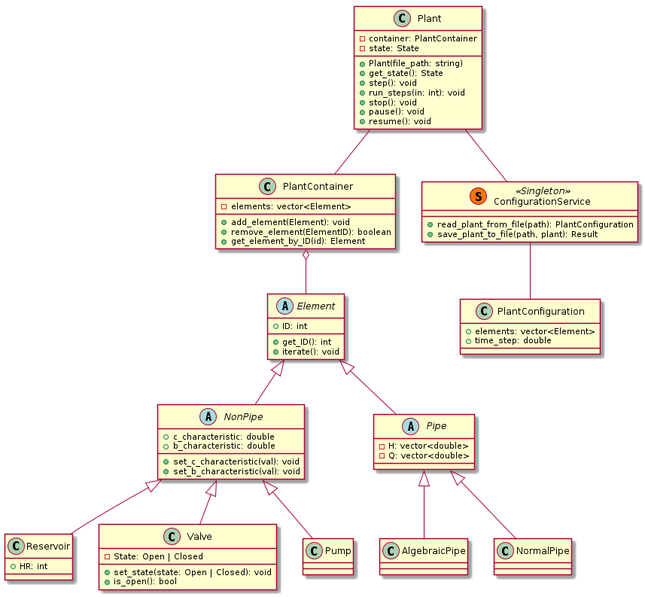
The PlantUML diagram assets/system_architecture.png in LVTrans/LVTransCore, before a commit. Its source is kept beside it as assets/system_architecture.puml. Source of this version:
```plantuml
@startuml

abstract class Element {
  + Element(id: int)
  + ID: int
  + get_ID(): int
  + iterate(): void
  + get_state(): ElementState
}

abstract class NonPipe {
  + c_characteristic: double
  + b_characteristic: double
  + set_c_characteristic(val): void
  + set_b_characteristic(val): void

}

abstract class Pipe {
  - H: vector<double>
  - Q: vector<double>
}

class Reservoir {
  + Reservoir(id: int, HR: int)
  + HR: int
}

class Valve {
  - State: Open | Closed
  + Valve(id: int)
  + set_state(state): void
  + is_open(): bool
}

class Pump {
  + Pump(id: int)
}

class AlgebraicPipe {
  + AlgebraicPipe(id: int)
}

class NormalPipe {
  + NormalPipe(id: int)
}


interface ElementVisitor {
  + visit(pipe: Pipe): void
  + visit(valve: Valve): void
  + visit(reservoir: Reservoir): void
}


class ElementStateVisitor {
  + visit(pipe: Pipe): TElementState
}

class ElementDisplayVisitor {
  + visit(pipe: Pipe): TElementState
  + visit(valve: Valve): TElementState
  + visit(reservoir: Reservoir): TElementState
}


struct ScalarValue {
  + name: string
  + symbol: string
  + unit: string

  + value: double
}

struct SeriesValue {
  + name: string
  + symbol: string

  + x_unit: string
  + y_unit: string

  + x: vector<double>
  + y: vector<double>
}

struct DisplayValue {
  + value: ScalarValue | SeriesValue
}

struct ElementView {
  + id: ElementID
  + type: ElementType

  + values: vector<DisplayValue>
}

struct ToggleModification {
  + state1_name: string
  + state2_name: string
  + current_state: string
}

struct NumberModification {
  + value: double
}

struct RangeModification {
  + min_value: double
  + max_value: double
  + step_size: double
}

struct ModificationOption {
  + type: ToggleModification | NumberModification | RangeModification
}

struct ElementModification {
  + id: ElementID
  + type: ElementType

  + options: vector<ModificationOption>
}

ToggleModification --> ModificationOption
NumberModification --> ModificationOption
RangeModification --> ModificationOption
ModificationOption --> ElementModification



class Plant {
  - container: PlantContainer
  - state: PlantState
  + Plant(file_path: string)
  + get_state(): PlantState
  + step(): void
  + run_steps(in: int): void
  + stop(): void
  + pause(): void
  + resume(): void
  + run(): void
  + save_state(path)
}


struct PlantState {
  + time_step: double
  + current_time: double
  + num_iterations: int
}


class PlantContainer {
  - elements: vector<Element>
  + add_element(Element): void
  + remove_element(ElementID): boolean
  + get_element_by_ID(id): Element
}


class ConfigurationService << (S,#FF7700) Singleton >> {
  + read_plant_from_file(path): PlantConfiguration
  + save_plant_to_file(path, plant): Result
}


SeriesValue --> DisplayValue
ScalarValue --> DisplayValue
DisplayValue --> ElementView


ElementVisitor <|-- ElementStateVisitor
ElementVisitor <|-- ElementDisplayVisitor
Plant -- PlantState

Element <|-- NonPipe
Element <|-- Pipe

NonPipe <|-- Reservoir
NonPipe <|-- Valve
NonPipe <|-- Pump

Pipe <|-- AlgebraicPipe
Pipe <|-- NormalPipe

PlantContainer -- Element

Plant -- PlantContainer
Plant -- ConfigurationService

@enduml
```
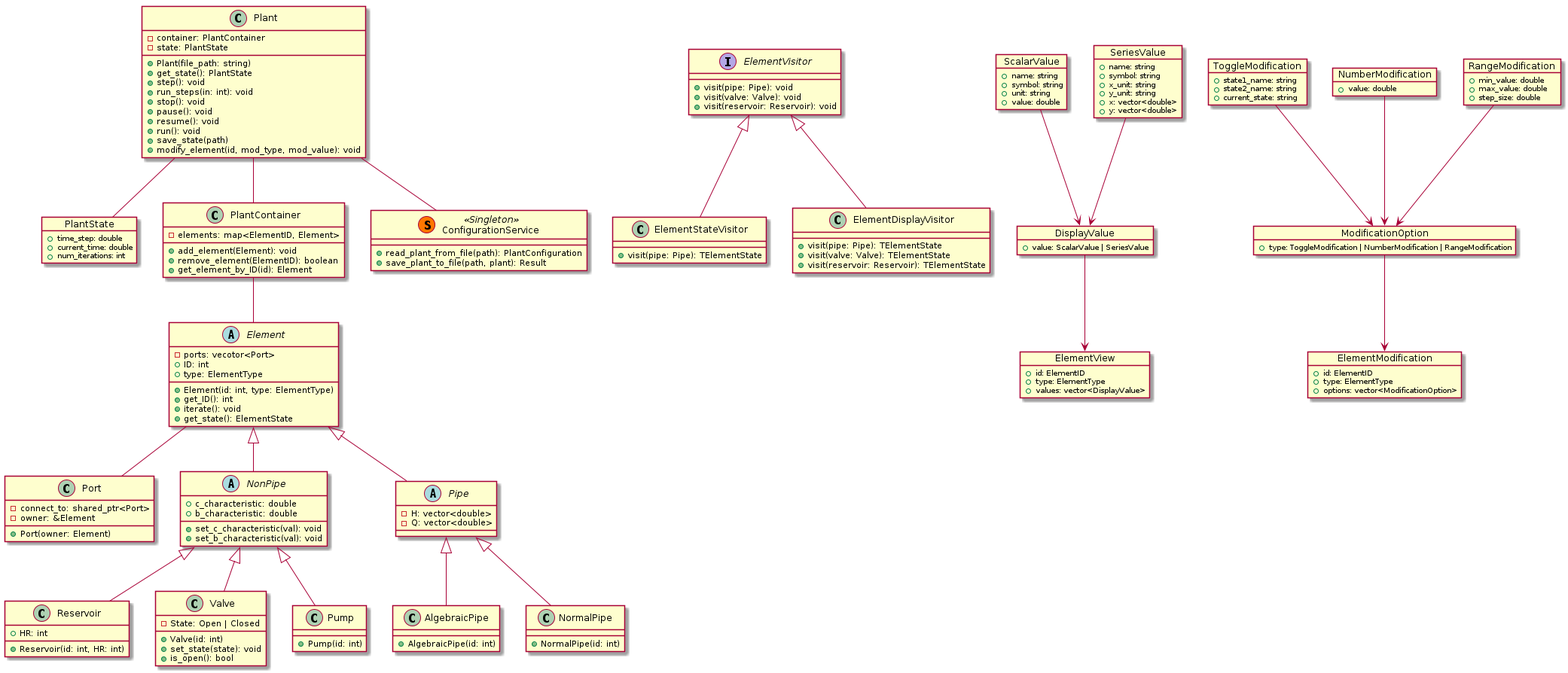
Later version of the same file.

What changed in the source:
```diff
@@ -1,8 +1,16 @@
 @startuml
 
+class Port {
+  + Port(owner: Element)
+  - connect_to: shared_ptr<Port>
+  - owner: &Element
+}
+
 abstract class Element {
-  + Element(id: int)
+  + Element(id: int, type: ElementType)
+  - ports: vecotor<Port>
   + ID: int
+  + type: ElementType
   + get_ID(): int
   + iterate(): void
   + get_state(): ElementState
@@ -63,8 +71,7 @@
   + visit(reservoir: Reservoir): TElementState
 }
 
-
-struct ScalarValue {
+object ScalarValue {
   + name: string
   + symbol: string
   + unit: string
@@ -72,7 +79,7 @@
   + value: double
 }
 
-struct SeriesValue {
+object SeriesValue {
   + name: string
   + symbol: string
 
@@ -83,38 +90,38 @@
   + y: vector<double>
 }
 
-struct DisplayValue {
+object DisplayValue {
   + value: ScalarValue | SeriesValue
 }
 
-struct ElementView {
+object ElementView {
   + id: ElementID
   + type: ElementType
 
   + values: vector<DisplayValue>
 }
 
-struct ToggleModification {
+object ToggleModification {
   + state1_name: string
   + state2_name: string
   + current_state: string
 }
 
-struct NumberModification {
+object NumberModification {
   + value: double
 }
 
-struct RangeModification {
+object RangeModification {
   + min_value: double
   + max_value: double
   + step_size: double
 }
 
-struct ModificationOption {
+object ModificationOption {
   + type: ToggleModification | NumberModification | RangeModification
 }
 
-struct ElementModification {
+object ElementModification {
   + id: ElementID
   + type: ElementType
 
@@ -140,10 +147,11 @@
   + resume(): void
   + run(): void
   + save_state(path)
+  + modify_element(id, mod_type, mod_value): void
 }
 
 
-struct PlantState {
+object PlantState {
   + time_step: double
   + current_time: double
   + num_iterations: int
@@ -151,7 +159,7 @@
 
 
 class PlantContainer {
-  - elements: vector<Element>
+  - elements: map<ElementID, Element>
   + add_element(Element): void
   + remove_element(ElementID): boolean
   + get_element_by_ID(id): Element
@@ -175,6 +183,7 @@
 
 Element <|-- NonPipe
 Element <|-- Pipe
+Element -- Port
 
 NonPipe <|-- Reservoir
 NonPipe <|-- Valve
```
